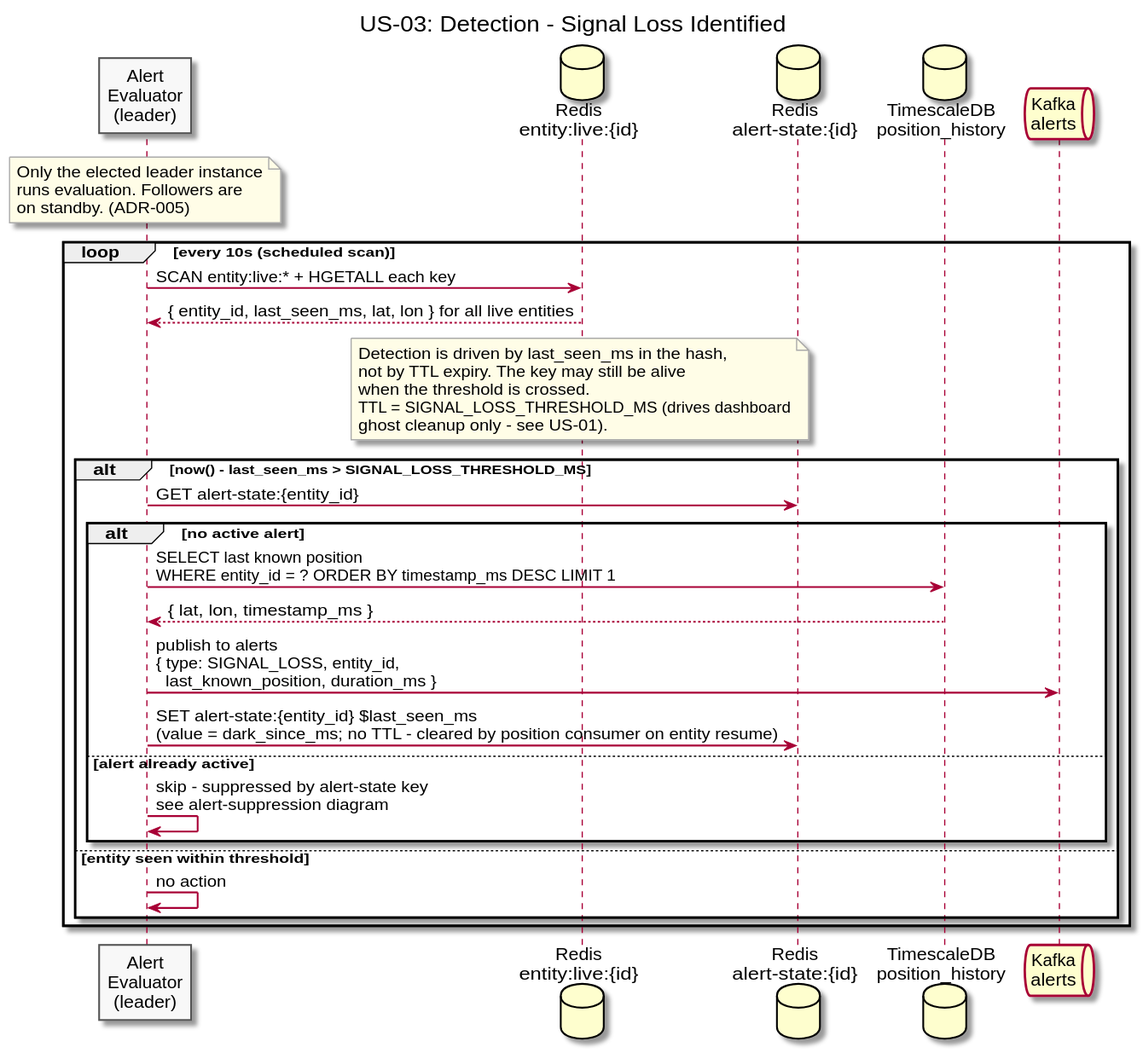
The PlantUML diagram diagrams/docs/use-cases/US-03-signal-loss-alert/detection.svg in Buffden/sentinel, before a commit.
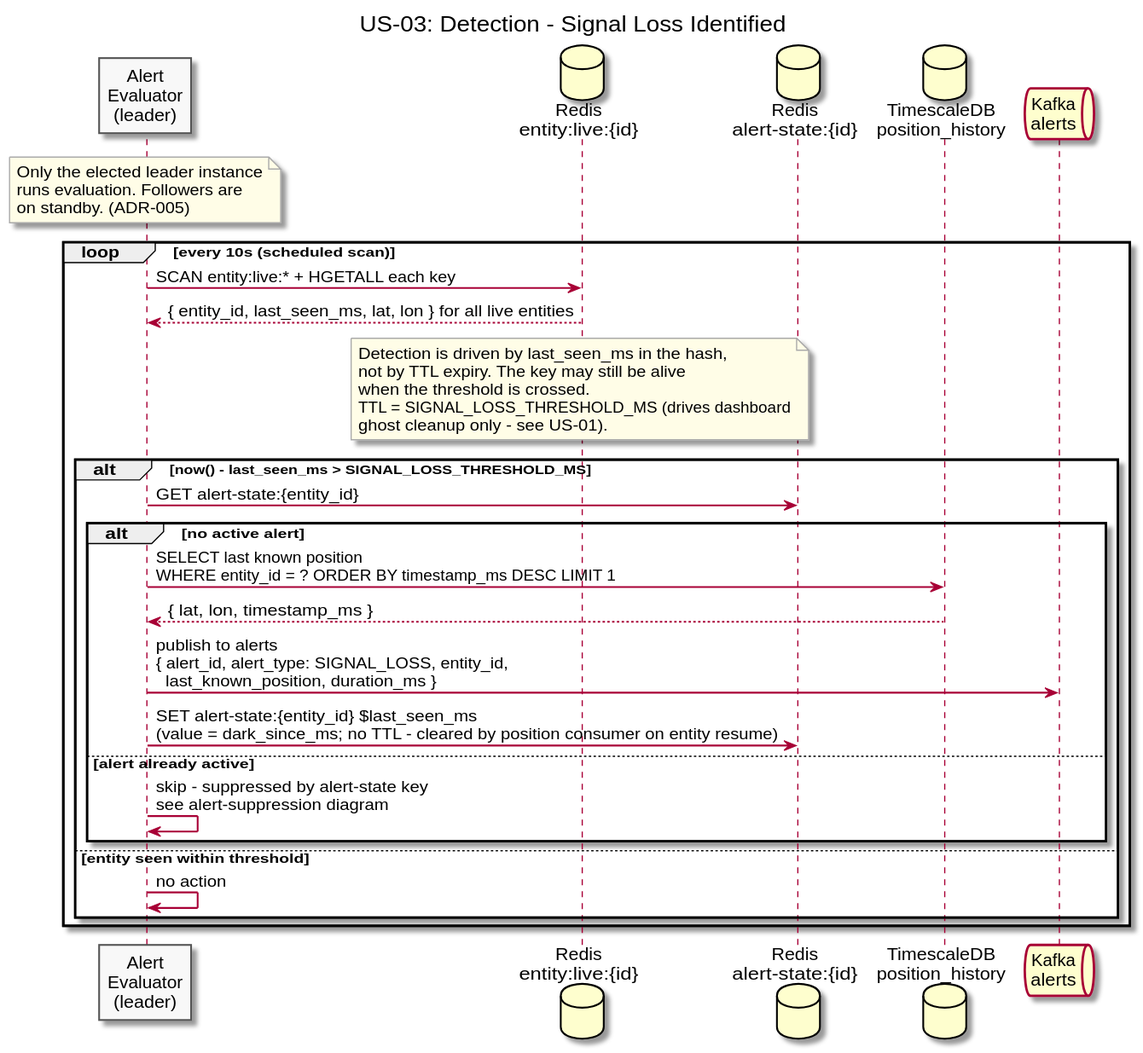
Later version of the same file.

The edit, as a diff of the source:
```diff
@@ -38,7 +38,7 @@
       Evaluator -> TSDB : SELECT last known position\nWHERE entity_id = ? ORDER BY timestamp_ms DESC LIMIT 1
       TSDB --> Evaluator : { lat, lon, timestamp_ms }
 
-      Evaluator -> Kafka : publish to alerts\n{ type: SIGNAL_LOSS, entity_id,\n  last_known_position, duration_ms }
+      Evaluator -> Kafka : publish to alerts\n{ alert_id, alert_type: SIGNAL_LOSS, entity_id,\n  last_known_position, duration_ms }
       Evaluator -> AlertState : SET alert-state:{entity_id} $last_seen_ms\n(value = dark_since_ms; no TTL - cleared by position consumer on entity resume)
 
     else alert already active
```
